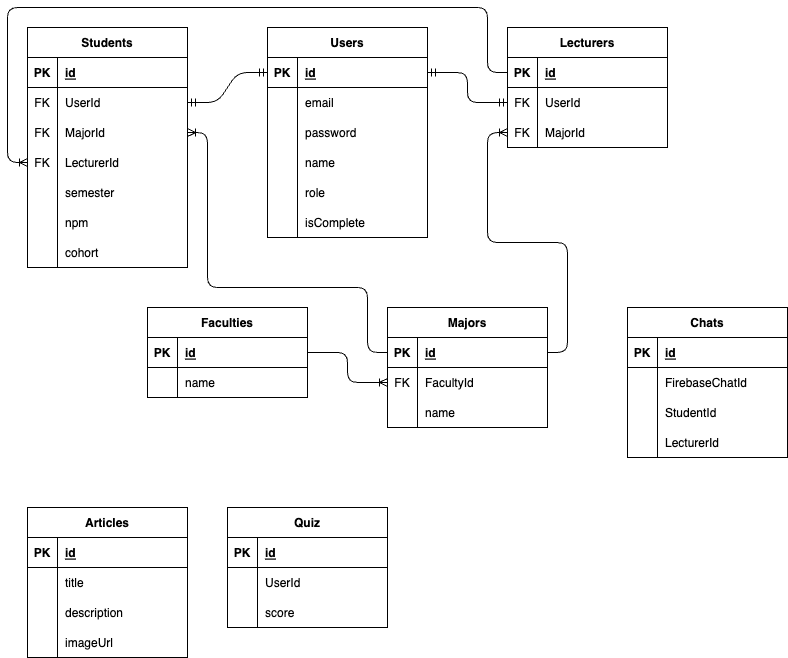
HuseinHQ/u-ways-api keeps this draw.io diagram as erd.drawio.png. Above is the earlier version. Source tidied: cells renumbered, new cells last; positions are measured from the earlier drawing's top-left corner, leaving out a move shared by most shapes.
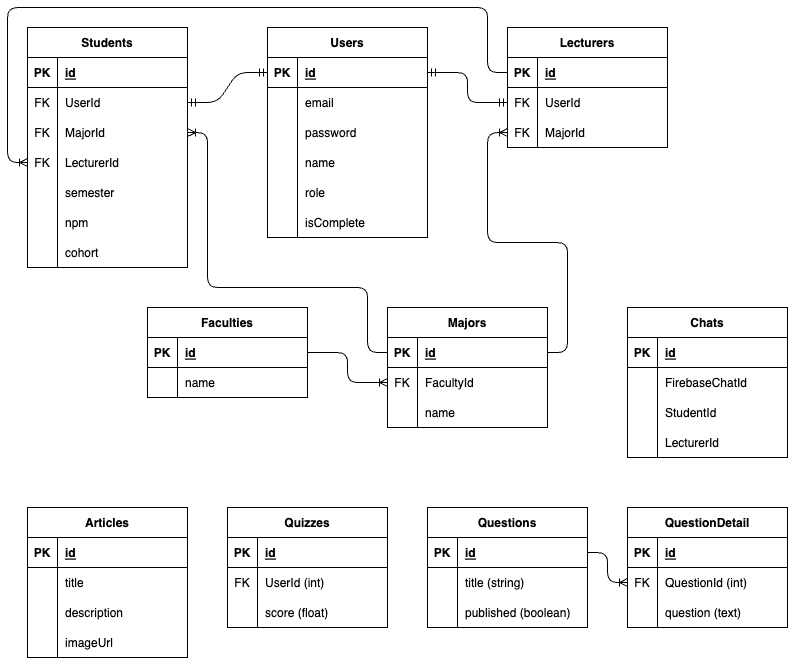
After the commit.

What changed in the source:
```diff
@@ -323,7 +323,7 @@
     <mxCell id="101" value="LecturerId" style="shape=partialRectangle;fillColor=none;top=0;left=0;bottom=0;right=0;align=left;spacingLeft=6;overflow=hidden;" parent="99" vertex="1">
       <mxGeometry x="30" width="130" height="30" as="geometry" />
     </mxCell>
-    <mxCell id="102" value="Quiz" style="shape=table;startSize=30;rowLines=0;fontStyle=1;align=center;" parent="1" vertex="1">
+    <mxCell id="102" value="Quizzes" style="shape=table;startSize=30;rowLines=0;fontStyle=1;align=center;" parent="1" vertex="1">
       <mxGeometry x="220" y="500" width="160" height="120" as="geometry" />
     </mxCell>
     <mxCell id="103" style="shape=tableRow;horizontal=0;startSize=0;swimlaneHead=0;swimlaneBody=0;fillColor=none;top=0;left=0;right=0;bottom=1;" parent="102" vertex="1">
@@ -338,10 +338,10 @@
     <mxCell id="106" style="shape=tableRow;horizontal=0;startSize=0;swimlaneHead=0;swimlaneBody=0;fillColor=none;top=0;left=0;right=0;bottom=0;" parent="102" vertex="1">
       <mxGeometry y="60" width="160" height="30" as="geometry" />
     </mxCell>
-    <mxCell id="107" style="shape=partialRectangle;fillColor=none;top=0;left=0;bottom=0;right=0;overflow=hidden;" parent="106" vertex="1">
+    <mxCell id="107" value="FK" style="shape=partialRectangle;fillColor=none;top=0;left=0;bottom=0;right=0;overflow=hidden;" parent="106" vertex="1">
       <mxGeometry width="30" height="30" as="geometry" />
     </mxCell>
-    <mxCell id="108" value="UserId" style="shape=partialRectangle;fillColor=none;top=0;left=0;bottom=0;right=0;align=left;spacingLeft=6;overflow=hidden;" parent="106" vertex="1">
+    <mxCell id="108" value="UserId (int)" style="shape=partialRectangle;fillColor=none;top=0;left=0;bottom=0;right=0;align=left;spacingLeft=6;overflow=hidden;" parent="106" vertex="1">
       <mxGeometry x="30" width="130" height="30" as="geometry" />
     </mxCell>
     <mxCell id="109" style="shape=tableRow;horizontal=0;startSize=0;swimlaneHead=0;swimlaneBody=0;fillColor=none;top=0;left=0;right=0;bottom=0;" parent="102" vertex="1">
@@ -350,8 +350,71 @@
     <mxCell id="110" style="shape=partialRectangle;fillColor=none;top=0;left=0;bottom=0;right=0;overflow=hidden;" parent="109" vertex="1">
       <mxGeometry width="30" height="30" as="geometry" />
     </mxCell>
-    <mxCell id="111" value="score" style="shape=partialRectangle;fillColor=none;top=0;left=0;bottom=0;right=0;align=left;spacingLeft=6;overflow=hidden;" parent="109" vertex="1">
+    <mxCell id="111" value="score (float)" style="shape=partialRectangle;fillColor=none;top=0;left=0;bottom=0;right=0;align=left;spacingLeft=6;overflow=hidden;" parent="109" vertex="1">
       <mxGeometry x="30" width="130" height="30" as="geometry" />
     </mxCell>
+    <mxCell id="112" value="Questions" style="shape=table;startSize=30;rowLines=0;fontStyle=1;align=center;" parent="1" vertex="1">
+      <mxGeometry x="420" y="500" width="160" height="120" as="geometry" />
+    </mxCell>
+    <mxCell id="113" style="shape=tableRow;horizontal=0;startSize=0;swimlaneHead=0;swimlaneBody=0;fillColor=none;points=[[0,0.5],[1,0.5]];portConstraint=eastwest;top=0;left=0;right=0;bottom=1;" parent="112" vertex="1">
+      <mxGeometry y="30" width="160" height="30" as="geometry" />
+    </mxCell>
+    <mxCell id="114" value="PK" style="shape=partialRectangle;fillColor=none;top=0;left=0;bottom=0;right=0;fontStyle=1;overflow=hidden;" parent="113" vertex="1">
+      <mxGeometry width="30" height="30" as="geometry" />
+    </mxCell>
+    <mxCell id="115" value="id" style="shape=partialRectangle;fillColor=none;top=0;left=0;bottom=0;right=0;align=left;spacingLeft=6;fontStyle=5;overflow=hidden;" parent="113" vertex="1">
+      <mxGeometry x="30" width="130" height="30" as="geometry" />
+    </mxCell>
+    <mxCell id="116" style="shape=tableRow;horizontal=0;startSize=0;swimlaneHead=0;swimlaneBody=0;fillColor=none;top=0;left=0;right=0;bottom=0;" parent="112" vertex="1">
+      <mxGeometry y="60" width="160" height="30" as="geometry" />
+    </mxCell>
+    <mxCell id="117" style="shape=partialRectangle;fillColor=none;top=0;left=0;bottom=0;right=0;overflow=hidden;" parent="116" vertex="1">
+      <mxGeometry width="30" height="30" as="geometry" />
+    </mxCell>
+    <mxCell id="118" value="title (string)" style="shape=partialRectangle;fillColor=none;top=0;left=0;bottom=0;right=0;align=left;spacingLeft=6;overflow=hidden;" parent="116" vertex="1">
+      <mxGeometry x="30" width="130" height="30" as="geometry" />
+    </mxCell>
+    <mxCell id="119" style="shape=tableRow;horizontal=0;startSize=0;swimlaneHead=0;swimlaneBody=0;fillColor=none;top=0;left=0;right=0;bottom=0;" parent="112" vertex="1">
+      <mxGeometry y="90" width="160" height="30" as="geometry" />
+    </mxCell>
+    <mxCell id="120" style="shape=partialRectangle;fillColor=none;top=0;left=0;bottom=0;right=0;overflow=hidden;" parent="119" vertex="1">
+      <mxGeometry width="30" height="30" as="geometry" />
+    </mxCell>
+    <mxCell id="121" value="published (boolean)" style="shape=partialRectangle;fillColor=none;top=0;left=0;bottom=0;right=0;align=left;spacingLeft=6;overflow=hidden;" parent="119" vertex="1">
+      <mxGeometry x="30" width="130" height="30" as="geometry" />
+    </mxCell>
+    <mxCell id="122" value="QuestionDetail" style="shape=table;startSize=30;rowLines=0;fontStyle=1;align=center;" parent="1" vertex="1">
+      <mxGeometry x="620" y="500" width="160" height="120" as="geometry" />
+    </mxCell>
+    <mxCell id="123" style="shape=tableRow;horizontal=0;startSize=0;swimlaneHead=0;swimlaneBody=0;fillColor=none;top=0;left=0;right=0;bottom=1;" parent="122" vertex="1">
+      <mxGeometry y="30" width="160" height="30" as="geometry" />
+    </mxCell>
+    <mxCell id="124" value="PK" style="shape=partialRectangle;fillColor=none;top=0;left=0;bottom=0;right=0;fontStyle=1;overflow=hidden;" parent="123" vertex="1">
+      <mxGeometry width="30" height="30" as="geometry" />
+    </mxCell>
+    <mxCell id="125" value="id" style="shape=partialRectangle;fillColor=none;top=0;left=0;bottom=0;right=0;align=left;spacingLeft=6;fontStyle=5;overflow=hidden;" parent="123" vertex="1">
+      <mxGeometry x="30" width="130" height="30" as="geometry" />
+    </mxCell>
+    <mxCell id="126" style="shape=tableRow;horizontal=0;startSize=0;swimlaneHead=0;swimlaneBody=0;fillColor=none;points=[[0,0.5],[1,0.5]];portConstraint=eastwest;top=0;left=0;right=0;bottom=0;" parent="122" vertex="1">
+      <mxGeometry y="60" width="160" height="30" as="geometry" />
+    </mxCell>
+    <mxCell id="127" value="FK" style="shape=partialRectangle;fillColor=none;top=0;left=0;bottom=0;right=0;overflow=hidden;" parent="126" vertex="1">
+      <mxGeometry width="30" height="30" as="geometry" />
+    </mxCell>
+    <mxCell id="128" value="QuestionId (int)" style="shape=partialRectangle;fillColor=none;top=0;left=0;bottom=0;right=0;align=left;spacingLeft=6;overflow=hidden;" parent="126" vertex="1">
+      <mxGeometry x="30" width="130" height="30" as="geometry" />
+    </mxCell>
+    <mxCell id="129" style="shape=tableRow;horizontal=0;startSize=0;swimlaneHead=0;swimlaneBody=0;fillColor=none;top=0;left=0;right=0;bottom=0;" parent="122" vertex="1">
+      <mxGeometry y="90" width="160" height="30" as="geometry" />
+    </mxCell>
+    <mxCell id="130" style="shape=partialRectangle;fillColor=none;top=0;left=0;bottom=0;right=0;overflow=hidden;" parent="129" vertex="1">
+      <mxGeometry width="30" height="30" as="geometry" />
+    </mxCell>
+    <mxCell id="131" value="question (text)" style="shape=partialRectangle;fillColor=none;top=0;left=0;bottom=0;right=0;align=left;spacingLeft=6;overflow=hidden;" parent="129" vertex="1">
+      <mxGeometry x="30" width="130" height="30" as="geometry" />
+    </mxCell>
+    <mxCell id="132" style="edgeStyle=orthogonalEdgeStyle;fontSize=12;html=1;endArrow=ERoneToMany;exitX=1;exitY=0.5;exitDx=0;exitDy=0;entryX=0;entryY=0.5;entryDx=0;entryDy=0;" parent="1" edge="1" source="113" target="126">
+      <mxGeometry relative="1" as="geometry" />
+    </mxCell>
   </root>
 </mxGraphModel>
```
